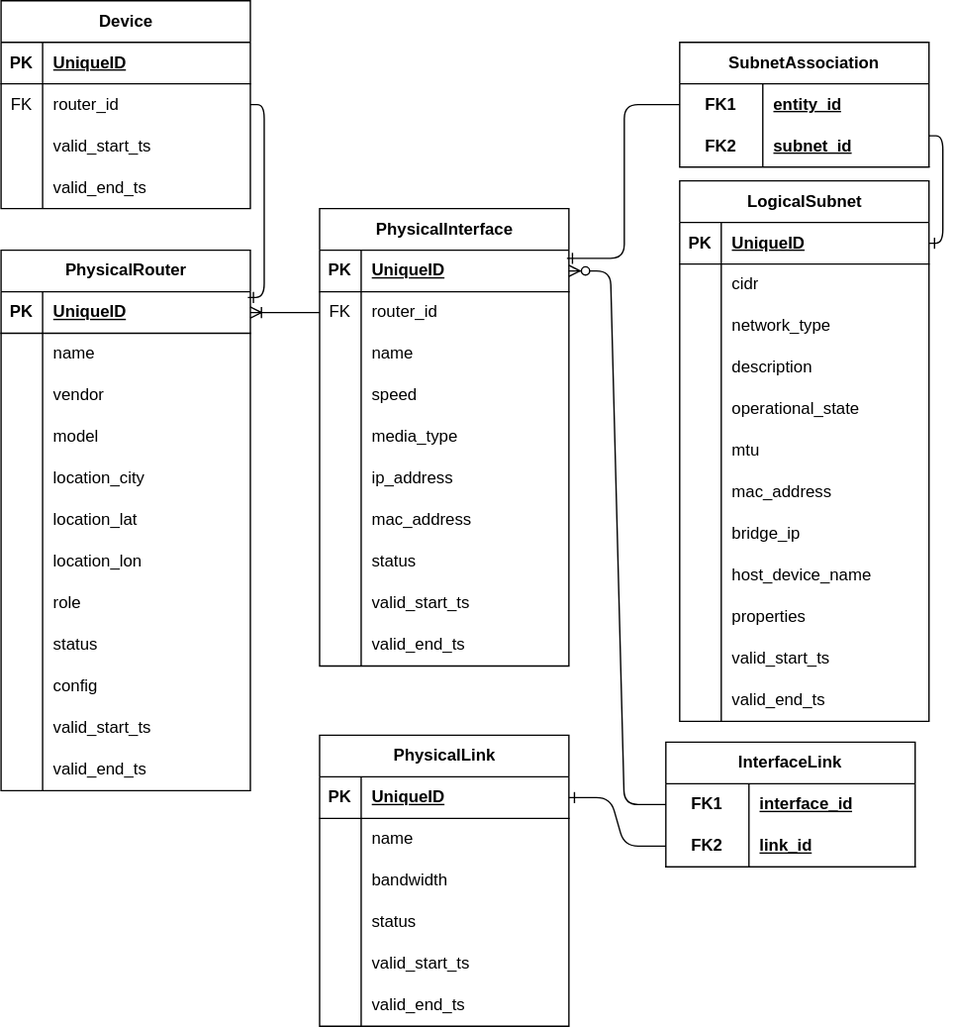
Earlier version of the draw.io export docs/drawings/spanner/physical-schema.drawio.svg (matteote/gnnsandbox-twindq-bench). Source tidied: cells renumbered, new cells last; positions are measured from the earlier drawing's top-left corner, leaving out a move shared by most shapes.
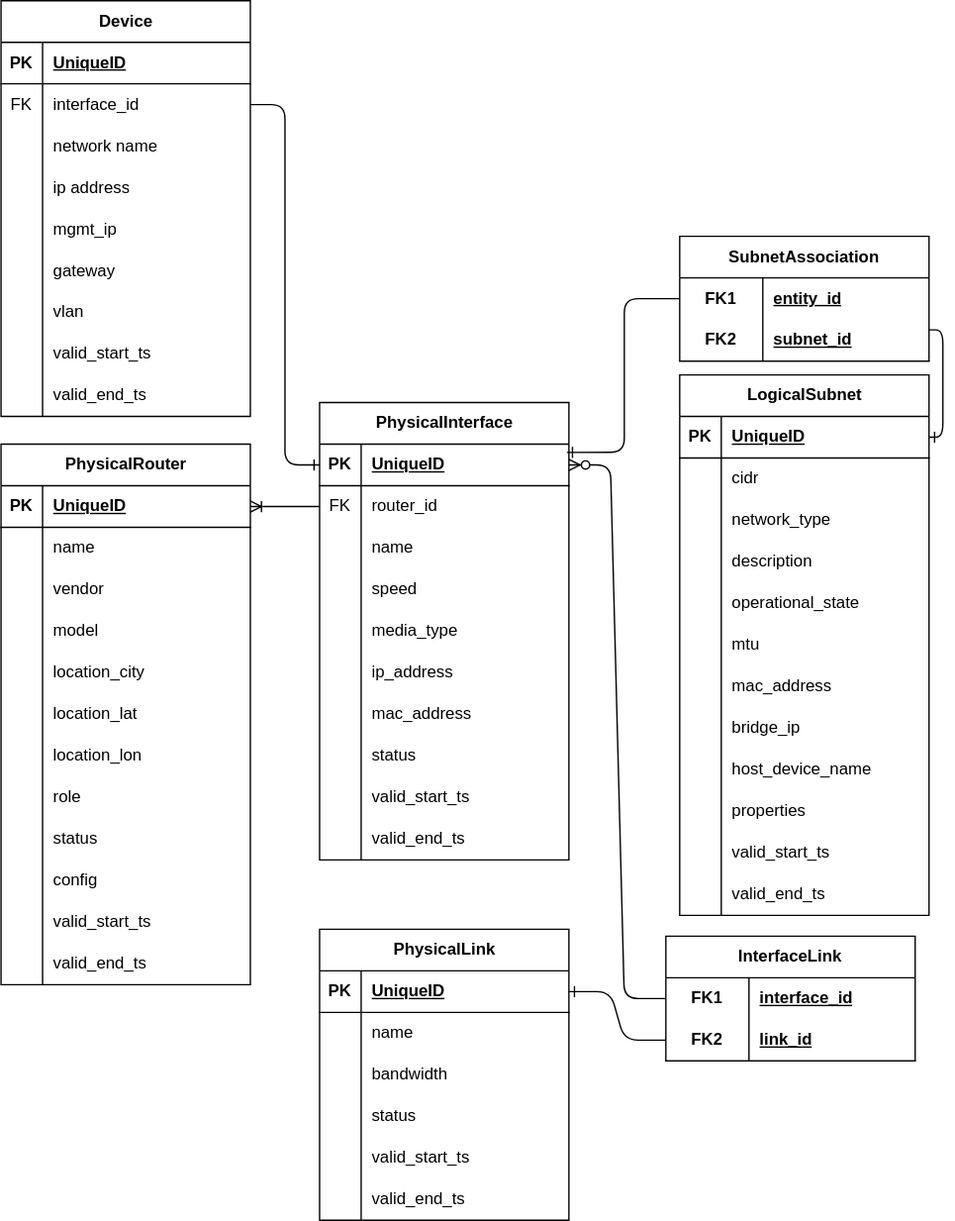
After the commit.

What changed in the source:
```diff
@@ -375,7 +375,7 @@
       <mxGeometry x="30" width="150" height="30" as="geometry" />
     </mxCell>
     <mxCell id="126" value="Device" style="shape=table;startSize=30;rowLines=0;fontStyle=1;align=center;html=1;" parent="1" vertex="1">
-      <mxGeometry width="180" height="150" as="geometry" />
+      <mxGeometry y="-140" width="180" height="300" as="geometry" />
     </mxCell>
     <mxCell id="127" style="shape=tableRow;horizontal=0;startSize=0;swimlaneHead=0;swimlaneBody=0;fillColor=none;top=0;left=0;right=0;bottom=1;" parent="126" vertex="1">
       <mxGeometry y="30" width="180" height="30" as="geometry" />
@@ -392,7 +392,7 @@
     <mxCell id="131" value="FK" style="shape=partialRectangle;fillColor=none;top=0;left=0;bottom=0;right=0;overflow=hidden;whiteSpace=wrap;html=1;" parent="130" vertex="1">
       <mxGeometry width="30" height="30" as="geometry" />
     </mxCell>
-    <mxCell id="132" value="router_id" style="shape=partialRectangle;fillColor=none;top=0;left=0;bottom=0;right=0;align=left;spacingLeft=6;overflow=hidden;whiteSpace=wrap;html=1;" parent="130" vertex="1">
+    <mxCell id="132" value="interface_id" style="shape=partialRectangle;fillColor=none;top=0;left=0;bottom=0;right=0;align=left;spacingLeft=6;overflow=hidden;whiteSpace=wrap;html=1;" parent="130" vertex="1">
       <mxGeometry x="30" width="150" height="30" as="geometry" />
     </mxCell>
     <mxCell id="133" style="shape=tableRow;horizontal=0;startSize=0;swimlaneHead=0;swimlaneBody=0;fillColor=none;top=0;left=0;right=0;bottom=0;" parent="126" vertex="1">
@@ -401,7 +401,7 @@
     <mxCell id="134" style="shape=partialRectangle;fillColor=none;top=0;left=0;bottom=0;right=0;overflow=hidden;whiteSpace=wrap;html=1;" parent="133" vertex="1">
       <mxGeometry width="30" height="30" as="geometry" />
     </mxCell>
-    <mxCell id="135" value="valid_start_ts" style="shape=partialRectangle;fillColor=none;top=0;left=0;bottom=0;right=0;align=left;spacingLeft=6;overflow=hidden;whiteSpace=wrap;html=1;" parent="133" vertex="1">
+    <mxCell id="135" value="network name" style="shape=partialRectangle;fillColor=none;top=0;left=0;bottom=0;right=0;align=left;spacingLeft=6;overflow=hidden;whiteSpace=wrap;html=1;" parent="133" vertex="1">
       <mxGeometry x="30" width="150" height="30" as="geometry" />
     </mxCell>
     <mxCell id="136" style="shape=tableRow;horizontal=0;startSize=0;swimlaneHead=0;swimlaneBody=0;fillColor=none;top=0;left=0;right=0;bottom=0;" parent="126" vertex="1">
@@ -410,9 +410,54 @@
     <mxCell id="137" style="shape=partialRectangle;fillColor=none;top=0;left=0;bottom=0;right=0;overflow=hidden;whiteSpace=wrap;html=1;" parent="136" vertex="1">
       <mxGeometry width="30" height="30" as="geometry" />
     </mxCell>
-    <mxCell id="138" value="valid_end_ts" style="shape=partialRectangle;fillColor=none;top=0;left=0;bottom=0;right=0;align=left;spacingLeft=6;overflow=hidden;whiteSpace=wrap;html=1;" parent="136" vertex="1">
+    <mxCell id="138" value="ip address" style="shape=partialRectangle;fillColor=none;top=0;left=0;bottom=0;right=0;align=left;spacingLeft=6;overflow=hidden;whiteSpace=wrap;html=1;" parent="136" vertex="1">
       <mxGeometry x="30" width="150" height="30" as="geometry" />
     </mxCell>
+    <mxCell id="159" style="shape=tableRow;horizontal=0;startSize=0;swimlaneHead=0;swimlaneBody=0;fillColor=none;top=0;left=0;right=0;bottom=0;" parent="126" vertex="1">
+      <mxGeometry y="150" width="180" height="30" as="geometry" />
+    </mxCell>
+    <mxCell id="160" style="shape=partialRectangle;fillColor=none;top=0;left=0;bottom=0;right=0;overflow=hidden;whiteSpace=wrap;html=1;" parent="159" vertex="1">
+      <mxGeometry width="30" height="30" as="geometry" />
+    </mxCell>
+    <mxCell id="161" value="mgmt_ip" style="shape=partialRectangle;fillColor=none;top=0;left=0;bottom=0;right=0;align=left;spacingLeft=6;overflow=hidden;whiteSpace=wrap;html=1;" parent="159" vertex="1">
+      <mxGeometry x="30" width="150" height="30" as="geometry" />
+    </mxCell>
+    <mxCell id="162" style="shape=tableRow;horizontal=0;startSize=0;swimlaneHead=0;swimlaneBody=0;fillColor=none;top=0;left=0;right=0;bottom=0;" parent="126" vertex="1">
+      <mxGeometry y="180" width="180" height="30" as="geometry" />
+    </mxCell>
+    <mxCell id="163" style="shape=partialRectangle;fillColor=none;top=0;left=0;bottom=0;right=0;overflow=hidden;whiteSpace=wrap;html=1;" parent="162" vertex="1">
+      <mxGeometry width="30" height="30" as="geometry" />
+    </mxCell>
+    <mxCell id="164" value="gateway" style="shape=partialRectangle;fillColor=none;top=0;left=0;bottom=0;right=0;align=left;spacingLeft=6;overflow=hidden;whiteSpace=wrap;html=1;" parent="162" vertex="1">
+      <mxGeometry x="30" width="150" height="30" as="geometry" />
+    </mxCell>
+    <mxCell id="165" style="shape=tableRow;horizontal=0;startSize=0;swimlaneHead=0;swimlaneBody=0;fillColor=none;top=0;left=0;right=0;bottom=0;" parent="126" vertex="1">
+      <mxGeometry y="210" width="180" height="30" as="geometry" />
+    </mxCell>
+    <mxCell id="166" style="shape=partialRectangle;fillColor=none;top=0;left=0;bottom=0;right=0;overflow=hidden;whiteSpace=wrap;html=1;" parent="165" vertex="1">
+      <mxGeometry width="30" height="30" as="geometry" />
+    </mxCell>
+    <mxCell id="167" value="vlan" style="shape=partialRectangle;fillColor=none;top=0;left=0;bottom=0;right=0;align=left;spacingLeft=6;overflow=hidden;whiteSpace=wrap;html=1;" parent="165" vertex="1">
+      <mxGeometry x="30" width="150" height="30" as="geometry" />
+    </mxCell>
+    <mxCell id="168" style="shape=tableRow;horizontal=0;startSize=0;swimlaneHead=0;swimlaneBody=0;fillColor=none;top=0;left=0;right=0;bottom=0;" parent="126" vertex="1">
+      <mxGeometry y="240" width="180" height="30" as="geometry" />
+    </mxCell>
+    <mxCell id="169" style="shape=partialRectangle;fillColor=none;top=0;left=0;bottom=0;right=0;overflow=hidden;whiteSpace=wrap;html=1;" parent="168" vertex="1">
+      <mxGeometry width="30" height="30" as="geometry" />
+    </mxCell>
+    <mxCell id="170" value="valid_start_ts" style="shape=partialRectangle;fillColor=none;top=0;left=0;bottom=0;right=0;align=left;spacingLeft=6;overflow=hidden;whiteSpace=wrap;html=1;" parent="168" vertex="1">
+      <mxGeometry x="30" width="150" height="30" as="geometry" />
+    </mxCell>
+    <mxCell id="171" style="shape=tableRow;horizontal=0;startSize=0;swimlaneHead=0;swimlaneBody=0;fillColor=none;top=0;left=0;right=0;bottom=0;" parent="126" vertex="1">
+      <mxGeometry y="270" width="180" height="30" as="geometry" />
+    </mxCell>
+    <mxCell id="172" style="shape=partialRectangle;fillColor=none;top=0;left=0;bottom=0;right=0;overflow=hidden;whiteSpace=wrap;html=1;" parent="171" vertex="1">
+      <mxGeometry width="30" height="30" as="geometry" />
+    </mxCell>
+    <mxCell id="173" value="valid_end_ts" style="shape=partialRectangle;fillColor=none;top=0;left=0;bottom=0;right=0;align=left;spacingLeft=6;overflow=hidden;whiteSpace=wrap;html=1;" parent="171" vertex="1">
+      <mxGeometry x="30" width="150" height="30" as="geometry" />
+    </mxCell>
     <mxCell id="139" value="InterfaceLink" style="shape=table;startSize=30;rowLines=0;fontStyle=1;align=center;html=1;whiteSpace=wrap;" parent="1" vertex="1">
       <mxGeometry x="480" y="535" width="180" height="90" as="geometry" />
     </mxCell>
@@ -470,7 +515,7 @@
     <mxCell id="157" style="edgeStyle=orthogonalEdgeStyle;fontSize=12;html=1;endArrow=ERone;endFill=1;exitX=0;exitY=0.5;exitDx=0;exitDy=0;entryX=0.992;entryY=0.197;entryDx=0;entryDy=0;entryPerimeter=0;" parent="1" edge="1" source="147" target="40">
       <mxGeometry relative="1" as="geometry" />
     </mxCell>
-    <mxCell id="158" style="edgeStyle=orthogonalEdgeStyle;fontSize=12;html=1;endArrow=ERone;endFill=1;entryX=0.99;entryY=0.138;entryDx=0;entryDy=0;exitX=1;exitY=0.5;exitDx=0;exitDy=0;entryPerimeter=0;" parent="1" edge="1" source="130" target="3">
+    <mxCell id="158" style="edgeStyle=orthogonalEdgeStyle;fontSize=12;html=1;endArrow=ERone;endFill=1;entryX=0;entryY=0.5;entryDx=0;entryDy=0;exitX=1;exitY=0.5;exitDx=0;exitDy=0;" parent="1" edge="1" source="130" target="40">
       <mxGeometry relative="1" as="geometry" />
     </mxCell>
   </root>
```
